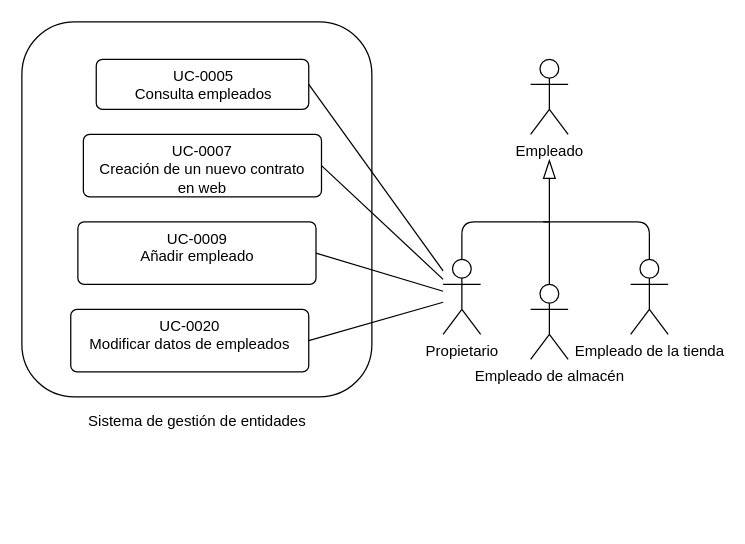
Before: page "Page-4" (4 of 4) of diagramas/diagramas de casos de uso/diagramasCasosDeUso.drawio in felipescalera/Proyecto-IR, a draw.io diagram. Source tidied: cells renumbered, new cells numbered last; positions are measured from the earlier drawing's top-left corner, leaving out a move shared by most shapes. Both pictures are drawn from the tidied source at 125%, with x=0, y=0 at pixel (21, 21).
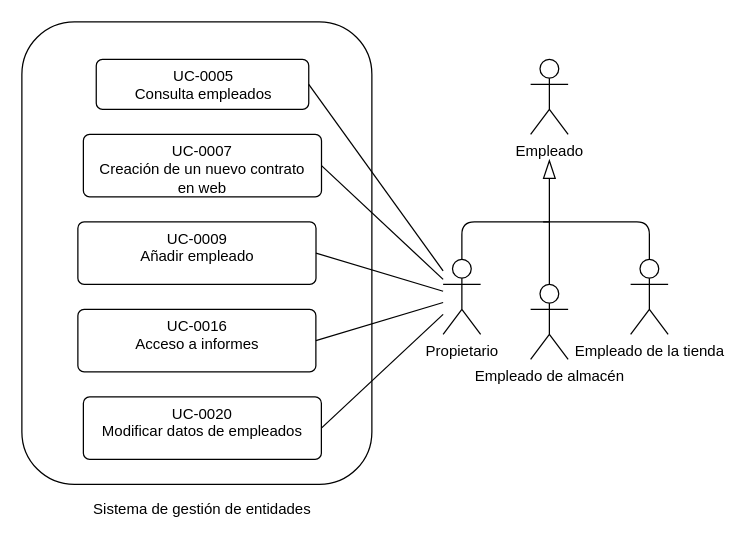
The same diagram, later.

Unchanged cells that the change refers to:
```xml
<mxCell id="5" value="Propietario" style="shape=umlActor;verticalLabelPosition=bottom;verticalAlign=top;html=1;" parent="1" vertex="1">
  <mxGeometry x="337" y="190" width="30" height="60" as="geometry" />
</mxCell>
```

Change to the diagram source:
```diff
@@
     <mxCell id="9" style="rounded=1;whiteSpace=wrap;html=1;" parent="1" vertex="1">
-      <mxGeometry width="280" height="300" as="geometry" />
+      <mxGeometry width="280" height="370" as="geometry" />
     </mxCell>
     <mxCell id="10" value="Sistema de gestión de entidades" style="text;html=1;strokeColor=none;fillColor=none;align=center;verticalAlign=middle;whiteSpace=wrap;rounded=0;" parent="1" vertex="1">
-      <mxGeometry x="44.8" y="310" width="190.5" height="20" as="geometry" />
+      <mxGeometry x="49.2" y="380" width="190.5" height="20" as="geometry" />
     </mxCell>
@@
     <mxCell id="14" value="UC-0020&lt;br&gt;Modificar datos de empleados" style="html=1;align=center;verticalAlign=top;rounded=1;absoluteArcSize=1;arcSize=10;dashed=0;" parent="1" vertex="1">
-      <mxGeometry x="39.1" y="230" width="190.4" height="50" as="geometry" />
+      <mxGeometry x="49.2" y="300" width="190.4" height="50" as="geometry" />
     </mxCell>
@@
+    <mxCell id="19" value="UC-0016&lt;br&gt;Acceso a informes" style="html=1;align=center;verticalAlign=top;rounded=1;absoluteArcSize=1;arcSize=10;dashed=0;" parent="1" vertex="1">
+      <mxGeometry x="44.8" y="230" width="190.4" height="50" as="geometry" />
+    </mxCell>
+    <mxCell id="20" style="endArrow=none;html=1;exitX=1;exitY=0.5;exitDx=0;exitDy=0;" parent="1" edge="1" source="19" target="5">
+      <mxGeometry relative="1" as="geometry" />
+    </mxCell>
```
